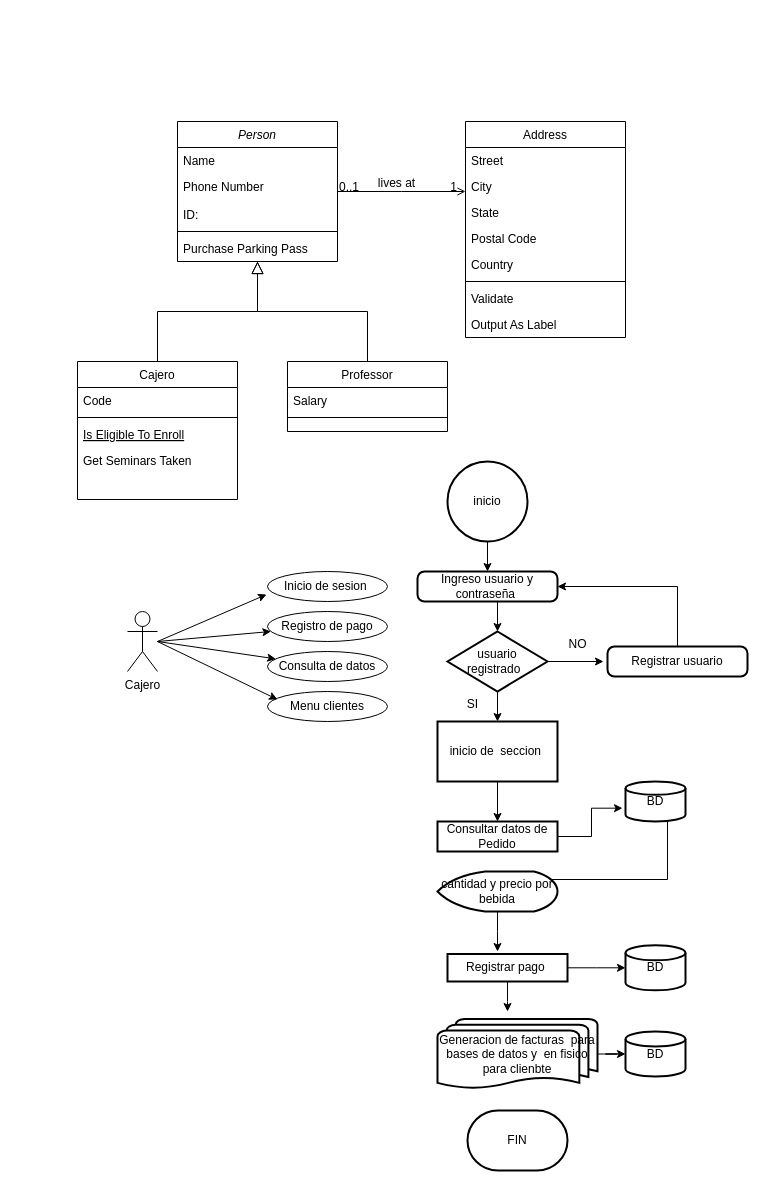
BROC95/JJB_sw keeps this draw.io diagram as page "CAJERO" (3 of 4) of UML.drawio. Above is the earlier version. Source tidied: cells renumbered, new cells numbered last; positions are measured from the earlier drawing's top-left corner, leaving out a move shared by most shapes. Both pictures are drawn from the tidied source at 100%, with x=0, y=0 at pixel (77, 121).
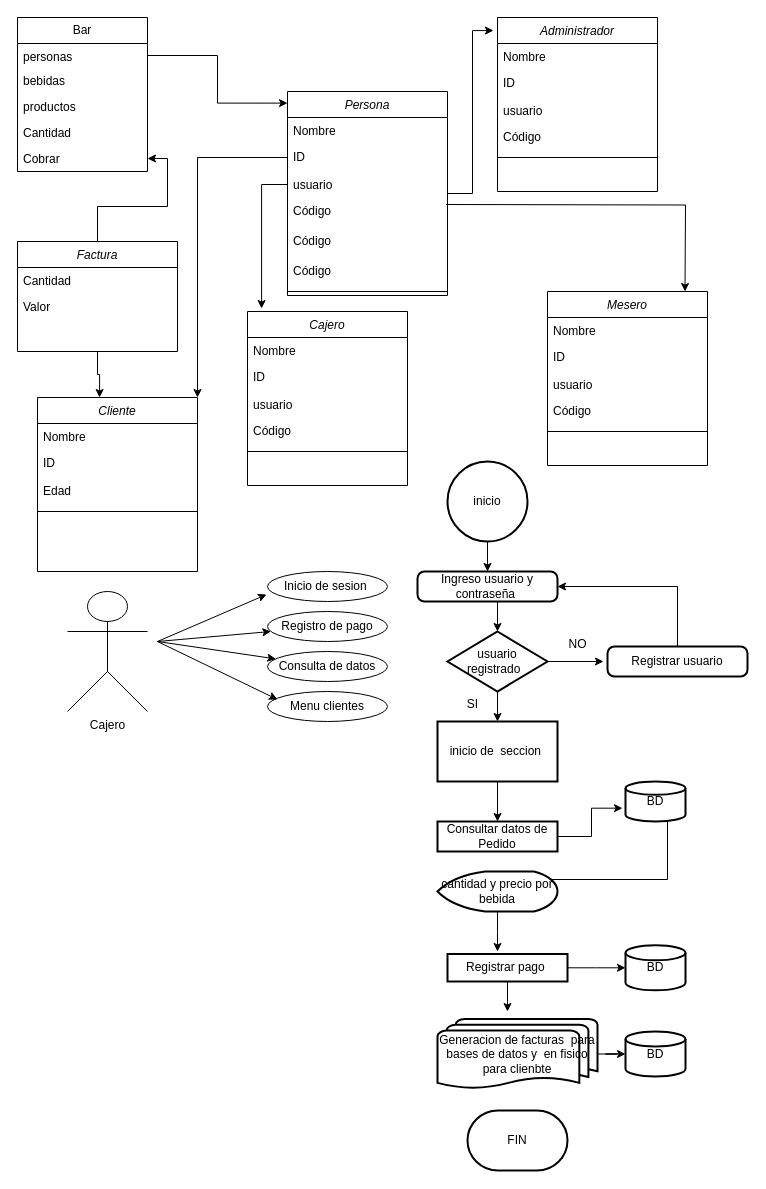
Above is the later version.

Change to the diagram source:
```diff
@@
-    <mxCell id="2" value="Person" style="swimlane;fontStyle=2;align=center;verticalAlign=top;horizontal=1;startSize=26;rounded=0;shadow=0;strokeWidth=1;" parent="1" vertex="1">
-      <mxGeometry x="100" width="160" height="140" as="geometry" />
+    <mxCell id="2" value="Persona" style="swimlane;fontStyle=2;align=center;verticalAlign=top;horizontal=1;startSize=26;rounded=0;shadow=0;strokeWidth=1;" parent="1" vertex="1">
+      <mxGeometry x="210" y="-30" width="160" height="204" as="geometry" />
     </mxCell>
-    <mxCell id="3" value="Name" style="text;align=left;verticalAlign=top;spacingLeft=4;spacingRight=4;overflow=hidden;" parent="2" vertex="1">
+    <mxCell id="3" value="Nombre" style="text;align=left;verticalAlign=top;spacingLeft=4;spacingRight=4;overflow=hidden;" parent="2" vertex="1">
       <mxGeometry y="26" width="160" height="26" as="geometry" />
     </mxCell>
-    <mxCell id="4" value="Phone Number" style="text;align=left;verticalAlign=top;spacingLeft=4;spacingRight=4;overflow=hidden;points=[[0,0.5],[1,0.5]];portConstraint=eastwest;rounded=0;shadow=0;html=0;" parent="2" vertex="1">
+    <mxCell id="4" value="ID" style="text;align=left;verticalAlign=top;spacingLeft=4;spacingRight=4;overflow=hidden;points=[[0,0.5],[1,0.5]];portConstraint=eastwest;rounded=0;shadow=0;html=0;" parent="2" vertex="1">
       <mxGeometry y="52" width="160" height="28" as="geometry" />
     </mxCell>
+    <mxCell id="69" value="usuario&lt;br&gt;" style="text;strokeColor=none;fillColor=none;align=left;verticalAlign=top;spacingLeft=4;spacingRight=4;overflow=hidden;points=[[0,0.5],[1,0.5]];portConstraint=eastwest;whiteSpace=wrap;html=1;" parent="2" vertex="1">
+      <mxGeometry y="80" width="160" height="26" as="geometry" />
+    </mxCell>
+    <mxCell id="70" value="Código" style="text;align=left;verticalAlign=top;spacingLeft=4;spacingRight=4;overflow=hidden;rounded=0;shadow=0;html=0;" parent="2" vertex="1">
+      <mxGeometry y="106" width="160" height="30" as="geometry" />
+    </mxCell>
+    <mxCell id="71" value="Código" style="text;align=left;verticalAlign=top;spacingLeft=4;spacingRight=4;overflow=hidden;rounded=0;shadow=0;html=0;" parent="2" vertex="1">
+      <mxGeometry y="136" width="160" height="30" as="geometry" />
+    </mxCell>
-    <mxCell id="5" value="ID:" style="text;align=left;verticalAlign=top;spacingLeft=4;spacingRight=4;overflow=hidden;rounded=0;shadow=0;html=0;" parent="2" vertex="1">
-      <mxGeometry y="80" width="160" height="26" as="geometry" />
+    <mxCell id="5" value="Código" style="text;align=left;verticalAlign=top;spacingLeft=4;spacingRight=4;overflow=hidden;rounded=0;shadow=0;html=0;" parent="2" vertex="1">
+      <mxGeometry y="166" width="160" height="30" as="geometry" />
     </mxCell>
     <mxCell id="6" style="line;html=1;strokeWidth=1;align=left;verticalAlign=middle;spacingTop=-1;spacingLeft=3;spacingRight=3;labelPosition=right;" parent="2" vertex="1">
-      <mxGeometry y="106" width="160" height="8" as="geometry" />
+      <mxGeometry y="196" width="160" height="8" as="geometry" />
     </mxCell>
-    <mxCell id="7" value="Purchase Parking Pass" style="text;align=left;verticalAlign=top;spacingLeft=4;spacingRight=4;overflow=hidden;" parent="2" vertex="1">
-      <mxGeometry y="114" width="160" height="26" as="geometry" />
-    </mxCell>
-    <mxCell id="8" value="Cajero" style="swimlane;fontStyle=0;align=center;verticalAlign=top;horizontal=1;startSize=26;rounded=0;shadow=0;strokeWidth=1;" parent="1" vertex="1">
-      <mxGeometry y="240" width="160" height="138" as="geometry" />
-    </mxCell>
-    <mxCell id="9" value="Code " style="text;align=left;verticalAlign=top;spacingLeft=4;spacingRight=4;overflow=hidden;" parent="8" vertex="1">
-      <mxGeometry y="26" width="160" height="26" as="geometry" />
-    </mxCell>
-    <mxCell id="10" style="line;html=1;strokeWidth=1;align=left;verticalAlign=middle;spacingTop=-1;spacingLeft=3;spacingRight=3;labelPosition=right;" parent="8" vertex="1">
-      <mxGeometry y="52" width="160" height="8" as="geometry" />
-    </mxCell>
-    <mxCell id="11" value="Is Eligible To Enroll" style="text;align=left;verticalAlign=top;spacingLeft=4;spacingRight=4;overflow=hidden;fontStyle=4;" parent="8" vertex="1">
-      <mxGeometry y="60" width="160" height="26" as="geometry" />
-    </mxCell>
-    <mxCell id="12" value="Get Seminars Taken" style="text;align=left;verticalAlign=top;spacingLeft=4;spacingRight=4;overflow=hidden;" parent="8" vertex="1">
-      <mxGeometry y="86" width="160" height="26" as="geometry" />
-    </mxCell>
-    <mxCell id="13" style="endArrow=block;endSize=10;endFill=0;shadow=0;strokeWidth=1;rounded=0;edgeStyle=elbowEdgeStyle;elbow=vertical;" parent="1" edge="1" source="8" target="2">
-      <mxGeometry relative="1" as="geometry" />
-    </mxCell>
-    <mxCell id="14" value="Professor" style="swimlane;fontStyle=0;align=center;verticalAlign=top;horizontal=1;startSize=26;rounded=0;shadow=0;strokeWidth=1;" parent="1" vertex="1">
-      <mxGeometry x="210" y="240" width="160" height="70" as="geometry" />
-    </mxCell>
-    <mxCell id="15" value="Salary" style="text;align=left;verticalAlign=top;spacingLeft=4;spacingRight=4;overflow=hidden;" parent="14" vertex="1">
-      <mxGeometry y="26" width="160" height="26" as="geometry" />
-    </mxCell>
-    <mxCell id="16" style="line;html=1;strokeWidth=1;align=left;verticalAlign=middle;spacingTop=-1;spacingLeft=3;spacingRight=3;labelPosition=right;" parent="14" vertex="1">
-      <mxGeometry y="52" width="160" height="8" as="geometry" />
-    </mxCell>
-    <mxCell id="17" style="endArrow=block;endSize=10;endFill=0;shadow=0;strokeWidth=1;rounded=0;edgeStyle=elbowEdgeStyle;elbow=vertical;" parent="1" edge="1" source="14" target="2">
-      <mxGeometry relative="1" as="geometry" />
-    </mxCell>
-    <mxCell id="18" value="Address" style="swimlane;fontStyle=0;align=center;verticalAlign=top;horizontal=1;startSize=26;rounded=0;shadow=0;strokeWidth=1;" parent="1" vertex="1">
-      <mxGeometry x="388" width="160" height="216" as="geometry" />
-    </mxCell>
-    <mxCell id="19" value="Street" style="text;align=left;verticalAlign=top;spacingLeft=4;spacingRight=4;overflow=hidden;" parent="18" vertex="1">
-      <mxGeometry y="26" width="160" height="26" as="geometry" />
-    </mxCell>
-    <mxCell id="20" value="City" style="text;align=left;verticalAlign=top;spacingLeft=4;spacingRight=4;overflow=hidden;rounded=0;shadow=0;html=0;" parent="18" vertex="1">
-      <mxGeometry y="52" width="160" height="26" as="geometry" />
-    </mxCell>
-    <mxCell id="21" value="State" style="text;align=left;verticalAlign=top;spacingLeft=4;spacingRight=4;overflow=hidden;rounded=0;shadow=0;html=0;" parent="18" vertex="1">
-      <mxGeometry y="78" width="160" height="26" as="geometry" />
-    </mxCell>
-    <mxCell id="22" value="Postal Code" style="text;align=left;verticalAlign=top;spacingLeft=4;spacingRight=4;overflow=hidden;rounded=0;shadow=0;html=0;" parent="18" vertex="1">
-      <mxGeometry y="104" width="160" height="26" as="geometry" />
-    </mxCell>
-    <mxCell id="23" value="Country" style="text;align=left;verticalAlign=top;spacingLeft=4;spacingRight=4;overflow=hidden;rounded=0;shadow=0;html=0;" parent="18" vertex="1">
-      <mxGeometry y="130" width="160" height="26" as="geometry" />
-    </mxCell>
-    <mxCell id="24" style="line;html=1;strokeWidth=1;align=left;verticalAlign=middle;spacingTop=-1;spacingLeft=3;spacingRight=3;labelPosition=right;" parent="18" vertex="1">
-      <mxGeometry y="156" width="160" height="8" as="geometry" />
-    </mxCell>
-    <mxCell id="25" value="Validate" style="text;align=left;verticalAlign=top;spacingLeft=4;spacingRight=4;overflow=hidden;" parent="18" vertex="1">
-      <mxGeometry y="164" width="160" height="26" as="geometry" />
-    </mxCell>
-    <mxCell id="26" value="Output As Label" style="text;align=left;verticalAlign=top;spacingLeft=4;spacingRight=4;overflow=hidden;" parent="18" vertex="1">
-      <mxGeometry y="190" width="160" height="26" as="geometry" />
-    </mxCell>
-    <mxCell id="27" style="endArrow=open;shadow=0;strokeWidth=1;rounded=0;endFill=1;edgeStyle=elbowEdgeStyle;elbow=vertical;" parent="1" edge="1" source="2" target="18">
-      <mxGeometry x="0.5" y="41" relative="1" as="geometry">
-        <mxPoint x="-40" y="32" as="offset" />
-      </mxGeometry>
-    </mxCell>
-    <mxCell id="28" value="0..1" style="align=left;verticalAlign=bottom;labelBackgroundColor=none;fontSize=12;" parent="27" vertex="1">
-      <mxGeometry x="-1" relative="1" as="geometry">
-        <mxPoint y="4" as="offset" />
-      </mxGeometry>
-    </mxCell>
-    <mxCell id="29" value="1" style="align=right;verticalAlign=bottom;labelBackgroundColor=none;fontSize=12;" parent="27" vertex="1">
-      <mxGeometry x="1" relative="1" as="geometry">
-        <mxPoint x="-7" y="4" as="offset" />
-      </mxGeometry>
-    </mxCell>
-    <mxCell id="30" value="lives at" style="text;html=1;align=center;verticalAlign=middle;labelBackgroundColor=none;rounded=0;shadow=0;strokeWidth=1;fontSize=12;" parent="27" vertex="1">
-      <mxGeometry x="0.5" y="49" relative="1" as="geometry">
-        <mxPoint x="-38" y="40" as="offset" />
-      </mxGeometry>
-    </mxCell>
     <mxCell id="31" value="Cajero" style="shape=umlActor;verticalLabelPosition=bottom;verticalAlign=top;html=1;" parent="1" vertex="1">
-      <mxGeometry x="50" y="490" width="30" height="60" as="geometry" />
+      <mxGeometry x="-10" y="470" width="80" height="120" as="geometry" />
     </mxCell>
@@
+    <mxCell id="72" value="Bar" style="swimlane;fontStyle=0;horizontal=1;startSize=26;fillColor=none;whiteSpace=wrap;html=1;" parent="1" vertex="1">
+      <mxGeometry x="-60" y="-104" width="130" height="154" as="geometry" />
+    </mxCell>
+    <mxCell id="73" value="personas" style="text;strokeColor=none;fillColor=none;align=left;verticalAlign=top;spacingLeft=4;spacingRight=4;overflow=hidden;points=[[0,0.5],[1,0.5]];portConstraint=eastwest;whiteSpace=wrap;html=1;" parent="72" vertex="1">
+      <mxGeometry y="26" width="130" height="24" as="geometry" />
+    </mxCell>
+    <mxCell id="74" value="bebidas" style="text;strokeColor=none;fillColor=none;align=left;verticalAlign=top;spacingLeft=4;spacingRight=4;overflow=hidden;whiteSpace=wrap;html=1;" parent="72" vertex="1">
+      <mxGeometry y="50" width="130" height="26" as="geometry" />
+    </mxCell>
+    <mxCell id="75" value="productos" style="text;strokeColor=none;fillColor=none;align=left;verticalAlign=top;spacingLeft=4;spacingRight=4;overflow=hidden;whiteSpace=wrap;html=1;" parent="72" vertex="1">
+      <mxGeometry y="76" width="130" height="26" as="geometry" />
+    </mxCell>
+    <mxCell id="76" value="Cantidad" style="text;strokeColor=none;fillColor=none;align=left;verticalAlign=top;spacingLeft=4;spacingRight=4;overflow=hidden;whiteSpace=wrap;html=1;" parent="72" vertex="1">
+      <mxGeometry y="102" width="130" height="26" as="geometry" />
+    </mxCell>
+    <mxCell id="77" value="Cobrar" style="text;strokeColor=none;fillColor=none;align=left;verticalAlign=top;spacingLeft=4;spacingRight=4;overflow=hidden;points=[[0,0.5],[1,0.5]];portConstraint=eastwest;whiteSpace=wrap;html=1;" parent="72" vertex="1">
+      <mxGeometry y="128" width="130" height="26" as="geometry" />
+    </mxCell>
+    <mxCell id="78" value="Administrador" style="swimlane;fontStyle=2;align=center;verticalAlign=top;horizontal=1;startSize=26;rounded=0;shadow=0;strokeWidth=1;" parent="1" vertex="1">
+      <mxGeometry x="420" y="-104" width="160" height="174" as="geometry" />
+    </mxCell>
+    <mxCell id="79" value="Nombre" style="text;align=left;verticalAlign=top;spacingLeft=4;spacingRight=4;overflow=hidden;" parent="78" vertex="1">
+      <mxGeometry y="26" width="160" height="26" as="geometry" />
+    </mxCell>
+    <mxCell id="80" value="ID" style="text;align=left;verticalAlign=top;spacingLeft=4;spacingRight=4;overflow=hidden;rounded=0;shadow=0;html=0;" parent="78" vertex="1">
+      <mxGeometry y="52" width="160" height="28" as="geometry" />
+    </mxCell>
+    <mxCell id="81" value="usuario&lt;br&gt;" style="text;strokeColor=none;fillColor=none;align=left;verticalAlign=top;spacingLeft=4;spacingRight=4;overflow=hidden;whiteSpace=wrap;html=1;" parent="78" vertex="1">
+      <mxGeometry y="80" width="160" height="26" as="geometry" />
+    </mxCell>
+    <mxCell id="82" value="Código" style="text;align=left;verticalAlign=top;spacingLeft=4;spacingRight=4;overflow=hidden;rounded=0;shadow=0;html=0;" parent="78" vertex="1">
+      <mxGeometry y="106" width="160" height="30" as="geometry" />
+    </mxCell>
+    <mxCell id="83" style="line;html=1;strokeWidth=1;align=left;verticalAlign=middle;spacingTop=-1;spacingLeft=3;spacingRight=3;labelPosition=right;" parent="78" vertex="1">
+      <mxGeometry y="136" width="160" height="8" as="geometry" />
+    </mxCell>
+    <mxCell id="8" value="Cajero" style="swimlane;fontStyle=2;align=center;verticalAlign=top;horizontal=1;startSize=26;rounded=0;shadow=0;strokeWidth=1;" parent="1" vertex="1">
+      <mxGeometry x="170" y="190" width="160" height="174" as="geometry" />
+    </mxCell>
+    <mxCell id="84" value="Nombre" style="text;align=left;verticalAlign=top;spacingLeft=4;spacingRight=4;overflow=hidden;" parent="8" vertex="1">
+      <mxGeometry y="26" width="160" height="26" as="geometry" />
+    </mxCell>
+    <mxCell id="85" value="ID" style="text;align=left;verticalAlign=top;spacingLeft=4;spacingRight=4;overflow=hidden;rounded=0;shadow=0;html=0;" parent="8" vertex="1">
+      <mxGeometry y="52" width="160" height="28" as="geometry" />
+    </mxCell>
+    <mxCell id="86" value="usuario&lt;br&gt;" style="text;strokeColor=none;fillColor=none;align=left;verticalAlign=top;spacingLeft=4;spacingRight=4;overflow=hidden;whiteSpace=wrap;html=1;" parent="8" vertex="1">
+      <mxGeometry y="80" width="160" height="26" as="geometry" />
+    </mxCell>
+    <mxCell id="87" value="Código" style="text;align=left;verticalAlign=top;spacingLeft=4;spacingRight=4;overflow=hidden;rounded=0;shadow=0;html=0;" parent="8" vertex="1">
+      <mxGeometry y="106" width="160" height="30" as="geometry" />
+    </mxCell>
+    <mxCell id="88" style="line;html=1;strokeWidth=1;align=left;verticalAlign=middle;spacingTop=-1;spacingLeft=3;spacingRight=3;labelPosition=right;" parent="8" vertex="1">
+      <mxGeometry y="136" width="160" height="8" as="geometry" />
+    </mxCell>
+    <mxCell id="89" value="Mesero" style="swimlane;fontStyle=2;align=center;verticalAlign=top;horizontal=1;startSize=26;rounded=0;shadow=0;strokeWidth=1;" parent="1" vertex="1">
+      <mxGeometry x="470" y="170" width="160" height="174" as="geometry" />
+    </mxCell>
+    <mxCell id="90" value="Nombre" style="text;align=left;verticalAlign=top;spacingLeft=4;spacingRight=4;overflow=hidden;" parent="89" vertex="1">
+      <mxGeometry y="26" width="160" height="26" as="geometry" />
+    </mxCell>
+    <mxCell id="91" value="ID" style="text;align=left;verticalAlign=top;spacingLeft=4;spacingRight=4;overflow=hidden;rounded=0;shadow=0;html=0;" parent="89" vertex="1">
+      <mxGeometry y="52" width="160" height="28" as="geometry" />
+    </mxCell>
+    <mxCell id="92" value="usuario&lt;br&gt;" style="text;strokeColor=none;fillColor=none;align=left;verticalAlign=top;spacingLeft=4;spacingRight=4;overflow=hidden;whiteSpace=wrap;html=1;" parent="89" vertex="1">
+      <mxGeometry y="80" width="160" height="26" as="geometry" />
+    </mxCell>
+    <mxCell id="93" value="Código" style="text;align=left;verticalAlign=top;spacingLeft=4;spacingRight=4;overflow=hidden;rounded=0;shadow=0;html=0;" parent="89" vertex="1">
+      <mxGeometry y="106" width="160" height="30" as="geometry" />
+    </mxCell>
+    <mxCell id="94" style="line;html=1;strokeWidth=1;align=left;verticalAlign=middle;spacingTop=-1;spacingLeft=3;spacingRight=3;labelPosition=right;" parent="89" vertex="1">
+      <mxGeometry y="136" width="160" height="8" as="geometry" />
+    </mxCell>
+    <mxCell id="95" style="edgeStyle=orthogonalEdgeStyle;rounded=0;jettySize=auto;html=1;entryX=0;entryY=0.057;entryDx=0;entryDy=0;entryPerimeter=0;" parent="1" edge="1" source="73" target="2">
+      <mxGeometry relative="1" as="geometry" />
+    </mxCell>
+    <mxCell id="96" style="edgeStyle=orthogonalEdgeStyle;rounded=0;jettySize=auto;html=1;entryX=-0.025;entryY=0.075;entryDx=0;entryDy=0;entryPerimeter=0;" parent="1" edge="1" source="2" target="78">
+      <mxGeometry relative="1" as="geometry" />
+    </mxCell>
+    <mxCell id="97" style="edgeStyle=orthogonalEdgeStyle;rounded=0;jettySize=auto;html=1;" parent="1" edge="1" source="98" target="77">
+      <mxGeometry relative="1" as="geometry" />
+    </mxCell>
+    <mxCell id="98" value="Factura" style="swimlane;fontStyle=2;align=center;verticalAlign=top;horizontal=1;startSize=26;rounded=0;shadow=0;strokeWidth=1;" parent="1" vertex="1">
+      <mxGeometry x="-60" y="120" width="160" height="110" as="geometry" />
+    </mxCell>
+    <mxCell id="99" value="Cantidad" style="text;strokeColor=none;fillColor=none;align=left;verticalAlign=top;spacingLeft=4;spacingRight=4;overflow=hidden;whiteSpace=wrap;html=1;" parent="98" vertex="1">
+      <mxGeometry y="26" width="160" height="26" as="geometry" />
+    </mxCell>
+    <mxCell id="100" value="Valor" style="text;align=left;verticalAlign=top;spacingLeft=4;spacingRight=4;overflow=hidden;rounded=0;shadow=0;html=0;" parent="98" vertex="1">
+      <mxGeometry y="52" width="160" height="28" as="geometry" />
+    </mxCell>
+    <mxCell id="101" value="Cliente" style="swimlane;fontStyle=2;align=center;verticalAlign=top;horizontal=1;startSize=26;rounded=0;shadow=0;strokeWidth=1;" parent="1" vertex="1">
+      <mxGeometry x="-40" y="276" width="160" height="174" as="geometry" />
+    </mxCell>
+    <mxCell id="102" value="Nombre" style="text;align=left;verticalAlign=top;spacingLeft=4;spacingRight=4;overflow=hidden;" parent="101" vertex="1">
+      <mxGeometry y="26" width="160" height="26" as="geometry" />
+    </mxCell>
+    <mxCell id="103" value="ID" style="text;align=left;verticalAlign=top;spacingLeft=4;spacingRight=4;overflow=hidden;rounded=0;shadow=0;html=0;" parent="101" vertex="1">
+      <mxGeometry y="52" width="160" height="28" as="geometry" />
+    </mxCell>
+    <mxCell id="104" value="Edad" style="text;align=left;verticalAlign=top;spacingLeft=4;spacingRight=4;overflow=hidden;rounded=0;shadow=0;html=0;" parent="101" vertex="1">
+      <mxGeometry y="80" width="160" height="30" as="geometry" />
+    </mxCell>
+    <mxCell id="105" style="line;html=1;strokeWidth=1;align=left;verticalAlign=middle;spacingTop=-1;spacingLeft=3;spacingRight=3;labelPosition=right;" parent="101" vertex="1">
+      <mxGeometry y="110" width="160" height="8" as="geometry" />
+    </mxCell>
+    <mxCell id="106" style="edgeStyle=orthogonalEdgeStyle;rounded=0;jettySize=auto;html=1;entryX=1;entryY=0;entryDx=0;entryDy=0;" parent="1" edge="1" source="4" target="101">
+      <mxGeometry relative="1" as="geometry" />
+    </mxCell>
+    <mxCell id="107" style="edgeStyle=orthogonalEdgeStyle;rounded=0;jettySize=auto;html=1;entryX=0.388;entryY=0;entryDx=0;entryDy=0;entryPerimeter=0;" parent="1" edge="1" source="98" target="101">
+      <mxGeometry relative="1" as="geometry" />
+    </mxCell>
+    <mxCell id="108" style="edgeStyle=orthogonalEdgeStyle;rounded=0;orthogonalLoop=1;jettySize=auto;html=1;" parent="1" edge="1">
+      <mxGeometry relative="1" as="geometry">
+        <mxPoint x="368.5" y="83" as="sourcePoint" />
+        <mxPoint x="607.5" y="170" as="targetPoint" />
+      </mxGeometry>
+    </mxCell>
+    <mxCell id="109" style="edgeStyle=orthogonalEdgeStyle;rounded=0;jettySize=auto;html=1;entryX=0.088;entryY=-0.017;entryDx=0;entryDy=0;entryPerimeter=0;" parent="1" edge="1" source="69" target="8">
+      <mxGeometry relative="1" as="geometry" />
+    </mxCell>
```
